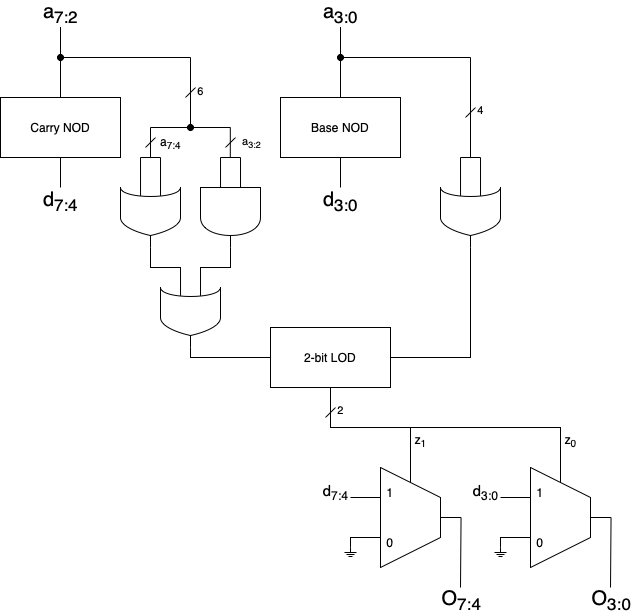
Earlier version of the draw.io export EXACT_NOD.png (savedbyawaif/ApproxNOD). Source tidied: cells renumbered, new cells last; positions are measured from the earlier drawing's top-left corner, leaving out a move shared by most shapes.
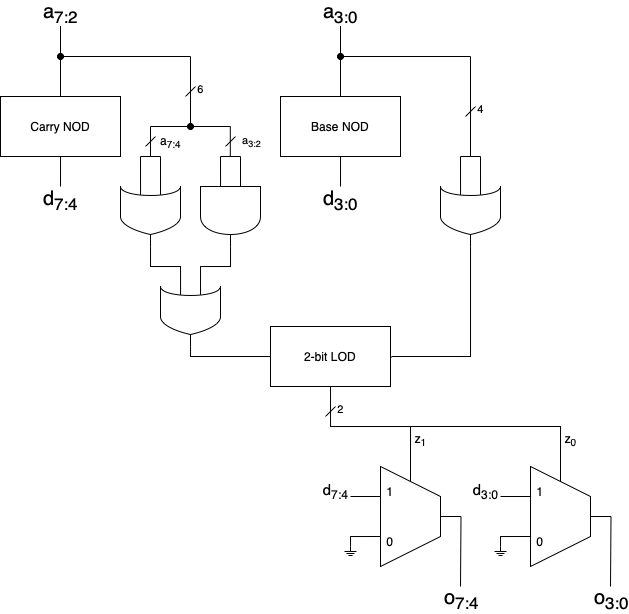
Above is the later version.

Diff of the diagram source:
```diff
@@ -229,7 +229,7 @@
         <mxPoint x="460" y="560" as="targetPoint" />
       </mxGeometry>
     </mxCell>
-    <mxCell id="46" value="&lt;font style=&quot;font-size: 20px;&quot;&gt;O&lt;sub&gt;7:4&lt;/sub&gt;&lt;/font&gt;" style="edgeLabel;html=1;align=center;verticalAlign=middle;labelBackgroundColor=none;" parent="45" vertex="1">
+    <mxCell id="46" value="&lt;font&gt;&lt;sub&gt;&lt;span style=&quot;font-size: 20px;&quot;&gt;o&lt;sub&gt;7:4&lt;/sub&gt;&lt;/span&gt;&lt;/sub&gt;&lt;/font&gt;" style="edgeLabel;html=1;align=center;verticalAlign=middle;labelBackgroundColor=none;" parent="45" vertex="1">
       <mxGeometry relative="1" as="geometry">
         <mxPoint y="58" as="offset" />
       </mxGeometry>
@@ -274,7 +274,7 @@
         <mxPoint x="610" y="560" as="targetPoint" />
       </mxGeometry>
     </mxCell>
-    <mxCell id="56" value="&lt;span style=&quot;font-size: 20px;&quot;&gt;O&lt;sub&gt;3:0&lt;/sub&gt;&lt;/span&gt;" style="edgeLabel;html=1;align=center;verticalAlign=middle;labelBackgroundColor=none;" parent="55" vertex="1">
+    <mxCell id="56" value="&lt;sub&gt;&lt;span style=&quot;font-size: 20px;&quot;&gt;o&lt;sub&gt;3:0&lt;/sub&gt;&lt;/span&gt;&lt;/sub&gt;" style="edgeLabel;html=1;align=center;verticalAlign=middle;labelBackgroundColor=none;" parent="55" vertex="1">
       <mxGeometry relative="1" as="geometry">
         <mxPoint y="58" as="offset" />
       </mxGeometry>
```
